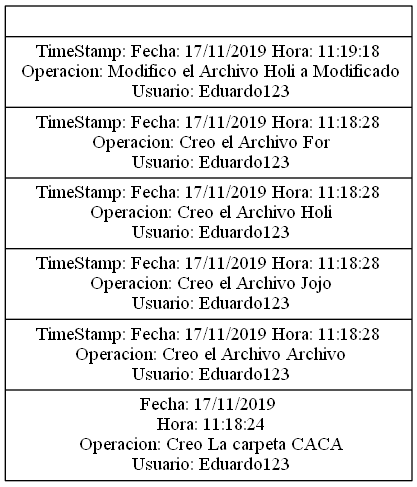
The Graphviz diagram Proyecto2/Bitacora.png in Eduardo01004/EDD_2S2019_PY2_201612124, before a commit. Its source is kept beside it as Proyecto2/Bitacora.dot.
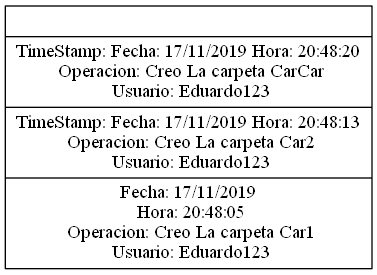
After the change.

What changed in the source:
```diff
@@ -2,11 +2,8 @@
 node [shape= record, width=.1,height=.1];
 
 nodeTable [label = "
-|TimeStamp: Fecha: 17/11/2019 Hora: 11:19:18&#92;n Operacion:  Modifico el Archivo Holi a Modificado&#92;n  Usuario: Eduardo123
-|TimeStamp: Fecha: 17/11/2019 Hora: 11:18:28&#92;n Operacion:  Creo el Archivo For&#92;n  Usuario: Eduardo123
-|TimeStamp: Fecha: 17/11/2019 Hora: 11:18:28&#92;n Operacion:  Creo el Archivo Holi&#92;n  Usuario: Eduardo123
-|TimeStamp: Fecha: 17/11/2019 Hora: 11:18:28&#92;n Operacion:  Creo el Archivo Jojo&#92;n  Usuario: Eduardo123
-|TimeStamp: Fecha: 17/11/2019 Hora: 11:18:28&#92;n Operacion:  Creo el Archivo Archivo&#92;n  Usuario: Eduardo123
-|Fecha: 17/11/2019&#92;n Hora: 11:18:24&#92;n Operacion:  Creo La carpeta CACA&#92;n  Usuario: Eduardo123
+|TimeStamp: Fecha: 17/11/2019 Hora: 20:48:20&#92;n Operacion:  Creo La carpeta CarCar&#92;n  Usuario: Eduardo123
+|TimeStamp: Fecha: 17/11/2019 Hora: 20:48:13&#92;n Operacion:  Creo La carpeta Car2&#92;n  Usuario: Eduardo123
+|Fecha: 17/11/2019&#92;n Hora: 20:48:05&#92;n Operacion:  Creo La carpeta Car1&#92;n  Usuario: Eduardo123
 "];
 }
```
